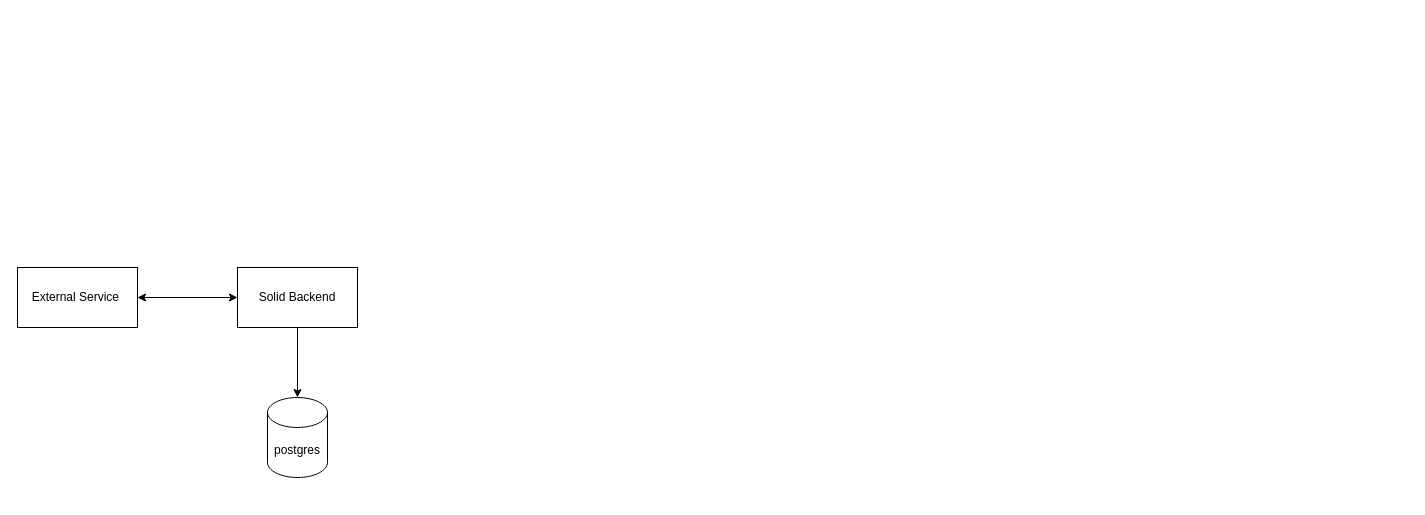
Above: Untitled Diagram.drawio in ashutosh-roy/Digrams-Draw.io (draw.io), before the change. Source tidied: cells renumbered, new cells numbered last; positions are measured from the earlier drawing's top-left corner, leaving out a move shared by most shapes. Both pictures are drawn from the tidied source at 100%, with x=0, y=0 at pixel (17, 267).
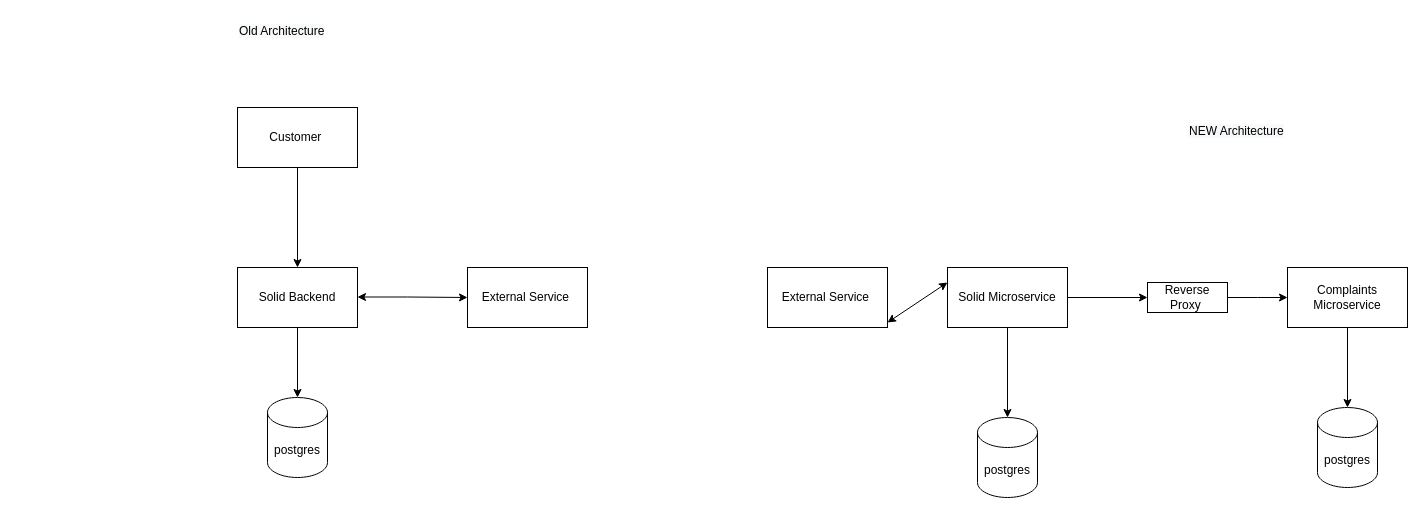
The same diagram, later.

The change refers to these unchanged cells:
```xml
<mxCell id="3" value="Solid Backend" style="rounded=0;whiteSpace=wrap;html=1;" parent="1" vertex="1">
  <mxGeometry x="220" width="120" height="60" as="geometry" />
</mxCell>
```

Change to the diagram source:
```diff
@@
     <mxCell id="4" value="External Service&amp;nbsp;" style="rounded=0;whiteSpace=wrap;html=1;" parent="1" vertex="1">
-      <mxGeometry width="120" height="60" as="geometry" />
+      <mxGeometry x="450" width="120" height="60" as="geometry" />
     </mxCell>
@@
-    <mxCell id="6" style="endArrow=classic;startArrow=classic;html=1;rounded=0;exitX=1;exitY=0.5;exitDx=0;exitDy=0;entryX=0;entryY=0.5;entryDx=0;entryDy=0;" parent="1" edge="1" source="4" target="3">
-      <mxGeometry relative="1" as="geometry" />
-    </mxCell>
+    <mxCell id="7" style="edgeStyle=orthogonalEdgeStyle;rounded=0;jettySize=auto;html=1;entryX=0.5;entryY=0;entryDx=0;entryDy=0;entryPerimeter=0;" parent="1" edge="1" source="9" target="10">
+      <mxGeometry relative="1" as="geometry" />
+    </mxCell>
+    <mxCell id="8" style="edgeStyle=orthogonalEdgeStyle;rounded=0;jettySize=auto;html=1;entryX=0;entryY=0.5;entryDx=0;entryDy=0;" parent="1" edge="1" source="9" target="17">
+      <mxGeometry relative="1" as="geometry" />
+    </mxCell>
+    <mxCell id="9" value="Solid Microservice" style="rounded=0;whiteSpace=wrap;html=1;" parent="1" vertex="1">
+      <mxGeometry x="930" width="120" height="60" as="geometry" />
+    </mxCell>
+    <mxCell id="10" value="postgres" style="shape=cylinder3;whiteSpace=wrap;html=1;boundedLbl=1;backgroundOutline=1;size=15;" parent="1" vertex="1">
+      <mxGeometry x="960" y="150" width="60" height="80" as="geometry" />
+    </mxCell>
+    <mxCell id="11" value="&lt;span style=&quot;color: rgb(0, 0, 0); font-family: Helvetica; font-size: 12px; font-style: normal; font-variant-ligatures: normal; font-variant-caps: normal; font-weight: 400; letter-spacing: normal; orphans: 2; text-align: center; text-indent: 0px; text-transform: none; widows: 2; word-spacing: 0px; -webkit-text-stroke-width: 0px; background-color: rgb(248, 249, 250); text-decoration-thickness: initial; text-decoration-style: initial; text-decoration-color: initial; float: none; display: inline !important;&quot;&gt;Old Architecture&lt;/span&gt;" style="text;whiteSpace=wrap;html=1;" parent="1" vertex="1">
+      <mxGeometry x="220" y="-250" width="130" height="40" as="geometry" />
+    </mxCell>
+    <mxCell id="12" value="&lt;span style=&quot;color: rgb(0, 0, 0); font-family: Helvetica; font-size: 12px; font-style: normal; font-variant-ligatures: normal; font-variant-caps: normal; font-weight: 400; letter-spacing: normal; orphans: 2; text-align: center; text-indent: 0px; text-transform: none; widows: 2; word-spacing: 0px; -webkit-text-stroke-width: 0px; background-color: rgb(248, 249, 250); text-decoration-thickness: initial; text-decoration-style: initial; text-decoration-color: initial; float: none; display: inline !important;&quot;&gt;NEW Architecture&lt;/span&gt;" style="text;whiteSpace=wrap;html=1;" parent="1" vertex="1">
+      <mxGeometry x="1170" y="-150" width="130" height="40" as="geometry" />
+    </mxCell>
+    <mxCell id="13" style="edgeStyle=orthogonalEdgeStyle;rounded=0;jettySize=auto;html=1;" parent="1" edge="1" source="14" target="3">
+      <mxGeometry relative="1" as="geometry" />
+    </mxCell>
+    <mxCell id="14" value="Customer&amp;nbsp;" style="whiteSpace=wrap;html=1;" parent="1" vertex="1">
+      <mxGeometry x="220" y="-160" width="120" height="60" as="geometry" />
+    </mxCell>
+    <mxCell id="15" style="endArrow=classic;startArrow=classic;html=1;rounded=0;entryX=0;entryY=0.5;entryDx=0;entryDy=0;" parent="1" edge="1" target="4">
+      <mxGeometry relative="1" as="geometry">
+        <mxPoint x="340" y="29.5" as="sourcePoint" />
+        <Array as="points">
+          <mxPoint x="390" y="29.5" />
+        </Array>
+      </mxGeometry>
+    </mxCell>
+    <mxCell id="16" style="edgeStyle=orthogonalEdgeStyle;rounded=0;jettySize=auto;html=1;" parent="1" edge="1" source="17">
+      <mxGeometry relative="1" as="geometry">
+        <mxPoint x="1270" y="30" as="targetPoint" />
+      </mxGeometry>
+    </mxCell>
+    <mxCell id="17" value="Reverse Proxy&amp;nbsp;" style="rounded=0;whiteSpace=wrap;html=1;" parent="1" vertex="1">
+      <mxGeometry x="1130" y="15" width="80" height="30" as="geometry" />
+    </mxCell>
+    <mxCell id="18" style="edgeStyle=orthogonalEdgeStyle;rounded=0;jettySize=auto;html=1;entryX=0.5;entryY=0;entryDx=0;entryDy=0;entryPerimeter=0;" parent="1" edge="1" source="19" target="22">
+      <mxGeometry relative="1" as="geometry" />
+    </mxCell>
+    <mxCell id="19" value="Complaints Microservice" style="rounded=0;whiteSpace=wrap;html=1;" parent="1" vertex="1">
+      <mxGeometry x="1270" width="120" height="60" as="geometry" />
+    </mxCell>
+    <mxCell id="20" value="External Service&amp;nbsp;" style="rounded=0;whiteSpace=wrap;html=1;" parent="1" vertex="1">
+      <mxGeometry x="750" width="120" height="60" as="geometry" />
+    </mxCell>
+    <mxCell id="21" style="endArrow=classic;startArrow=classic;html=1;rounded=0;entryX=0;entryY=0.25;entryDx=0;entryDy=0;" parent="1" edge="1" target="9">
+      <mxGeometry relative="1" as="geometry">
+        <mxPoint x="870" y="55" as="sourcePoint" />
+      </mxGeometry>
+    </mxCell>
+    <mxCell id="22" value="postgres" style="shape=cylinder3;whiteSpace=wrap;html=1;boundedLbl=1;backgroundOutline=1;size=15;" parent="1" vertex="1">
+      <mxGeometry x="1300" y="140" width="60" height="80" as="geometry" />
+    </mxCell>
```
